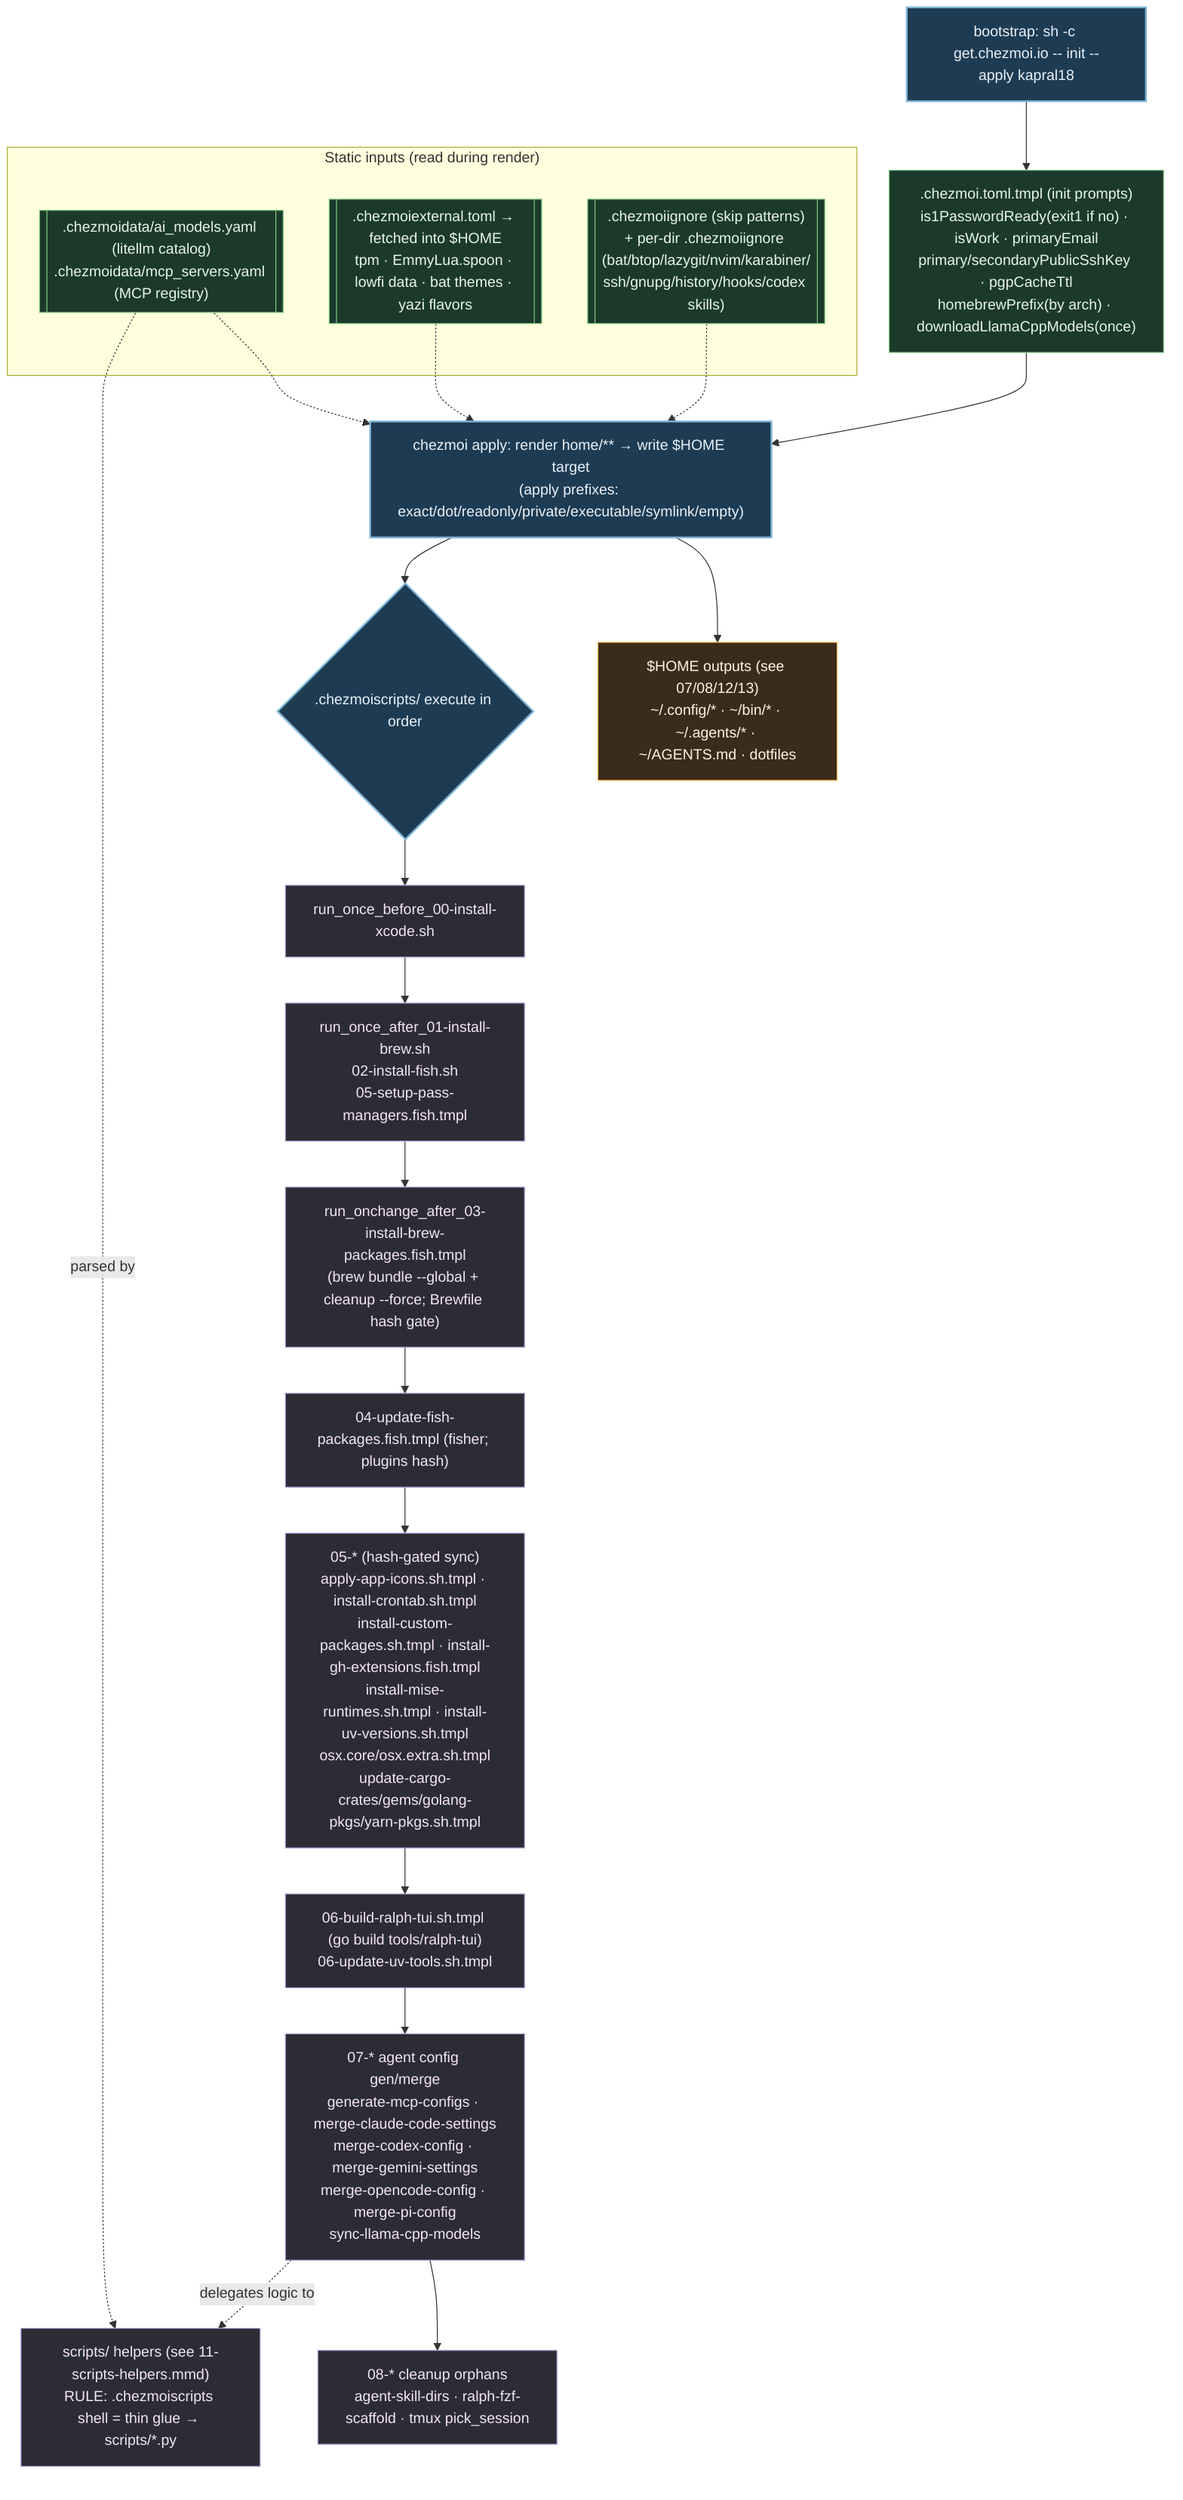
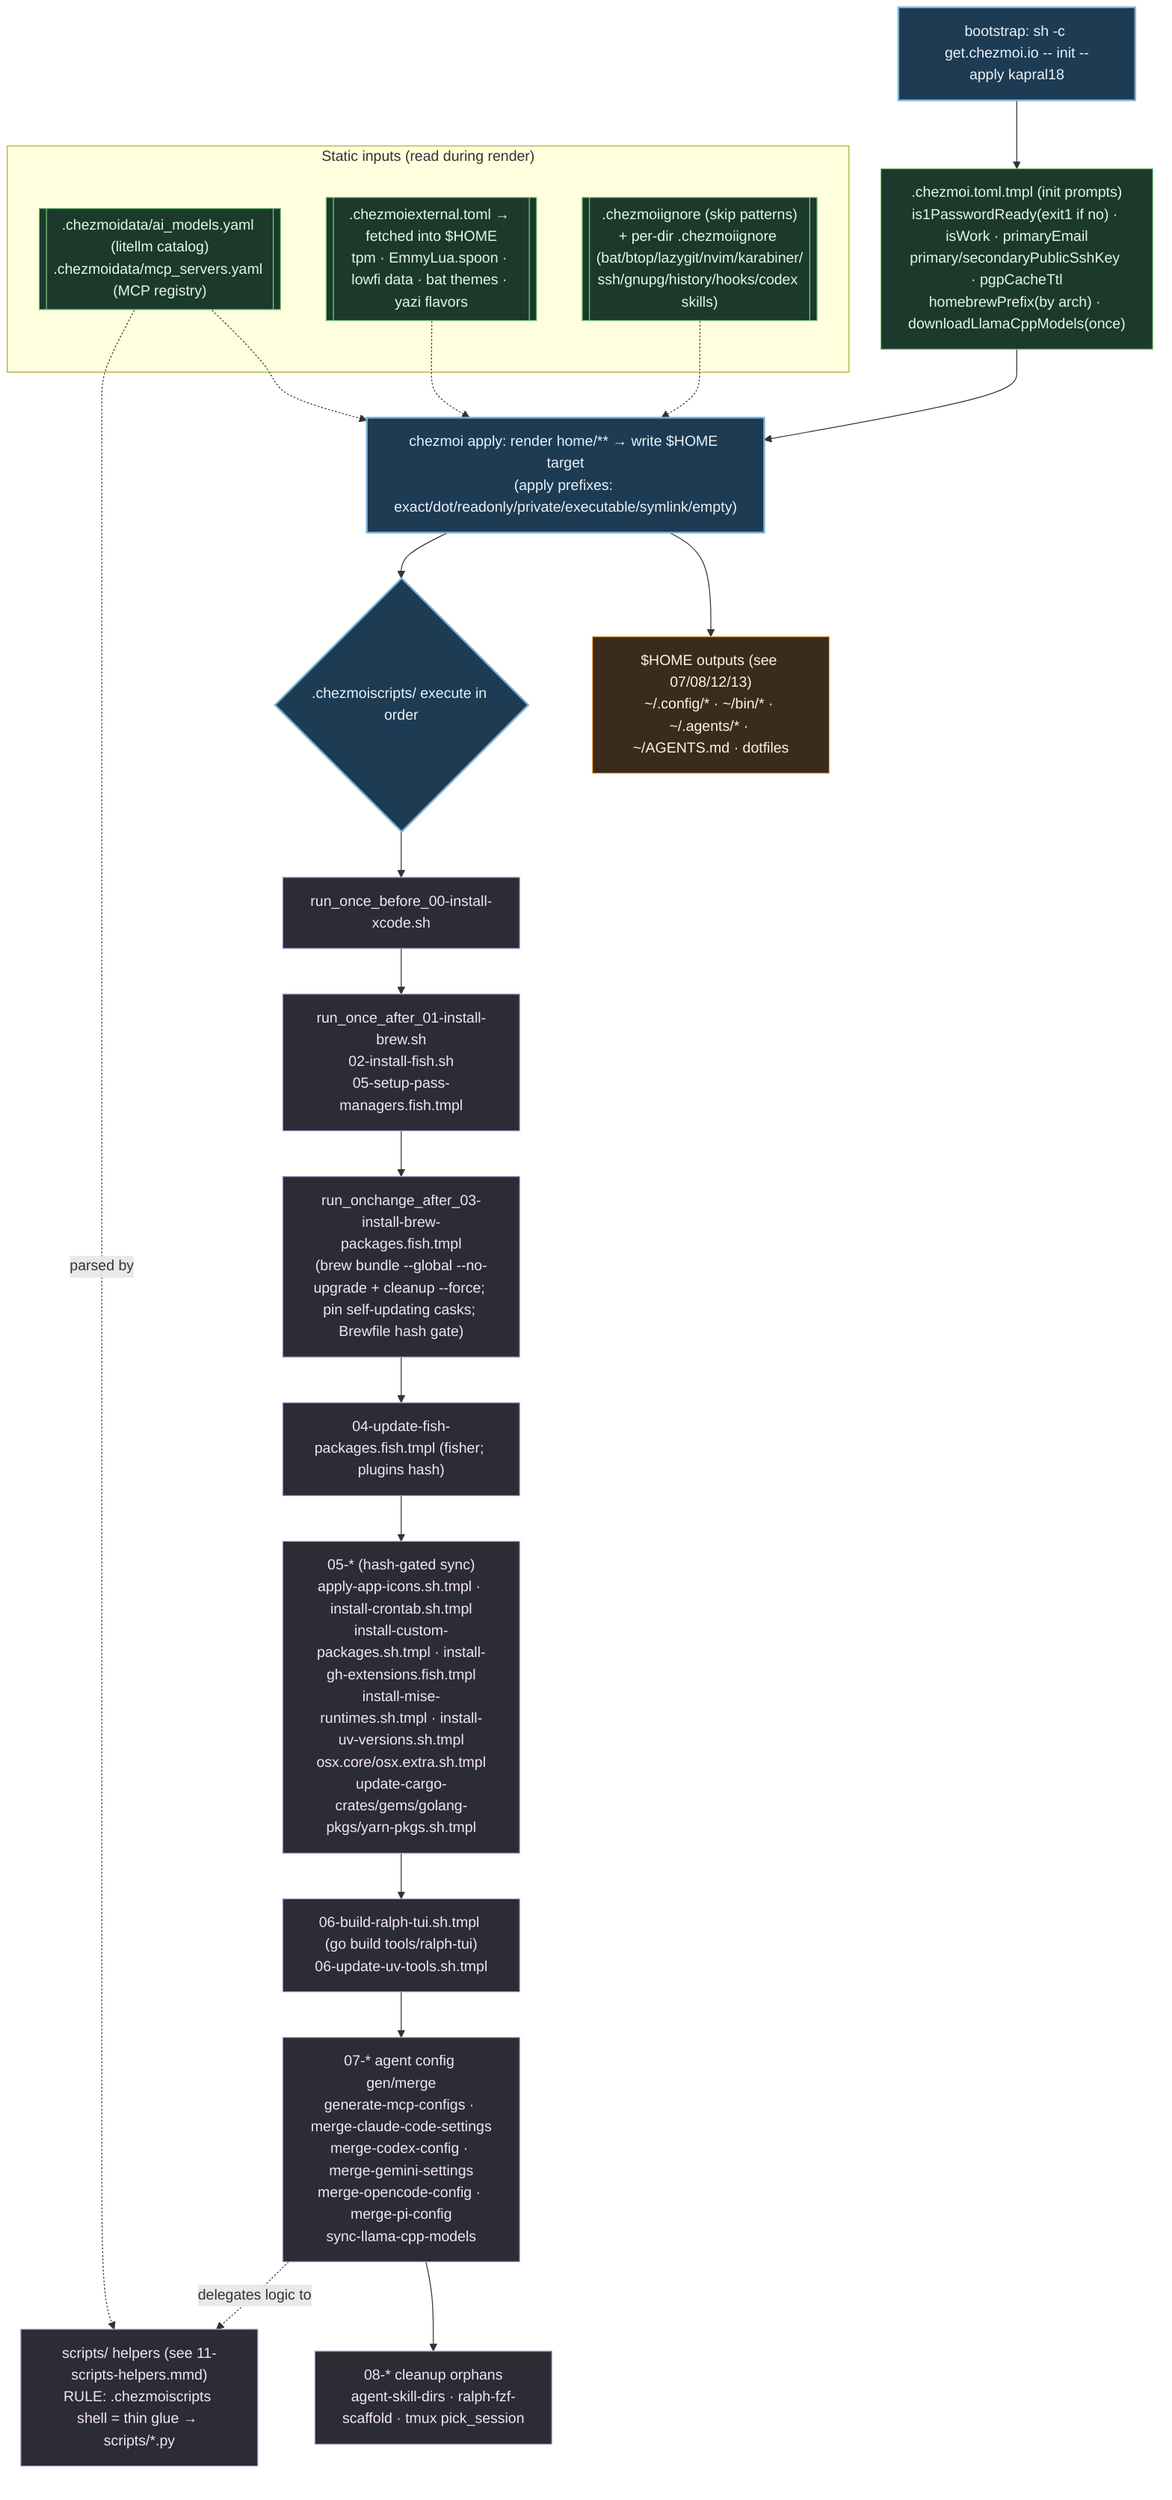
%% ============================================================================
%% 01-chezmoi-pipeline.mmd — `chezmoi apply` lifecycle. Names EVERY hook in
%% home/.chezmoiscripts/ (31) and every config/data input. Hooks run in
%% filename order: run_once_before < run_once_after < run_onchange_after,
%% then numeric 00..08 within each class. *.tmpl = templated; .fish.tmpl run
%% under fish; .sh / .sh.tmpl run under bash.
%% ============================================================================
flowchart TD
    classDef phase fill:#1d3b53,stroke:#7fb3d5,color:#eaf2f8,stroke-width:2px;
    classDef data fill:#1b3a2b,stroke:#81c784,color:#e8f5e9;
    classDef script fill:#2c2c34,stroke:#b39ddb,color:#f3e5f5;
    classDef out fill:#3a2b1b,stroke:#ffb74d,color:#fff3e0;

    BOOT["bootstrap: sh -c get.chezmoi.io -- init --apply kapral18"]:::phase
    INIT[".chezmoi.toml.tmpl (init prompts)<br/>is1PasswordReady(exit1 if no) · isWork · primaryEmail<br/>primary/secondaryPublicSshKey · pgpCacheTtl<br/>homebrewPrefix(by arch) · downloadLlamaCppModels(once)"]:::data

    subgraph INPUTS["Static inputs (read during render)"]
        DATA[[".chezmoidata/ai_models.yaml (litellm catalog)<br/>.chezmoidata/mcp_servers.yaml (MCP registry)"]]:::data
        EXT[[".chezmoiexternal.toml → fetched into $HOME<br/>tpm · EmmyLua.spoon · lowfi data · bat themes · yazi flavors"]]:::data
        IGN[[".chezmoiignore (skip patterns)<br/>+ per-dir .chezmoiignore (bat/btop/lazygit/nvim/karabiner/<br/>ssh/gnupg/history/hooks/codex skills)"]]:::data
    end

    BOOT --> INIT --> APPLY
    DATA & EXT & IGN -.-> APPLY

    APPLY["chezmoi apply: render home/** → write $HOME target<br/>(apply prefixes: exact/dot/readonly/private/executable/symlink/empty)"]:::phase
    APPLY --> TARGETS["$HOME outputs (see 07/08/12/13)<br/>~/.config/* · ~/bin/* · ~/.agents/* · ~/AGENTS.md · dotfiles"]:::out

    APPLY --> HOOKS{".chezmoiscripts/ execute in order"}:::phase

    HOOKS --> B0["run_once_before_00-install-xcode.sh"]:::script
    B0 --> A01["run_once_after_01-install-brew.sh<br/>02-install-fish.sh<br/>05-setup-pass-managers.fish.tmpl"]:::script
-     A01 --> C03["run_onchange_after_03-install-brew-packages.fish.tmpl<br/>(brew bundle --global + cleanup --force; Brewfile hash gate)"]:::script
+     A01 --> C03["run_onchange_after_03-install-brew-packages.fish.tmpl<br/>(brew bundle --global --no-upgrade + cleanup --force; pin self-updating casks; Brewfile hash gate)"]:::script
    C03 --> C04["04-update-fish-packages.fish.tmpl (fisher; plugins hash)"]:::script
    C04 --> C05["05-* (hash-gated sync)<br/>apply-app-icons.sh.tmpl · install-crontab.sh.tmpl<br/>install-custom-packages.sh.tmpl · install-gh-extensions.fish.tmpl<br/>install-mise-runtimes.sh.tmpl · install-uv-versions.sh.tmpl<br/>osx.core/osx.extra.sh.tmpl<br/>update-cargo-crates/gems/golang-pkgs/yarn-pkgs.sh.tmpl"]:::script
    C05 --> C06["06-build-ralph-tui.sh.tmpl (go build tools/ralph-tui)<br/>06-update-uv-tools.sh.tmpl"]:::script
    C06 --> C07["07-* agent config gen/merge<br/>generate-mcp-configs · merge-claude-code-settings<br/>merge-codex-config · merge-gemini-settings<br/>merge-opencode-config · merge-pi-config<br/>sync-llama-cpp-models"]:::script
    C07 --> C08["08-* cleanup orphans<br/>agent-skill-dirs · ralph-fzf-scaffold · tmux pick_session"]:::script

    C07 -. delegates logic to .-> HELP["scripts/ helpers (see 11-scripts-helpers.mmd)<br/>RULE: .chezmoiscripts shell = thin glue → scripts/*.py"]:::script
    DATA -.parsed by.-> HELP
